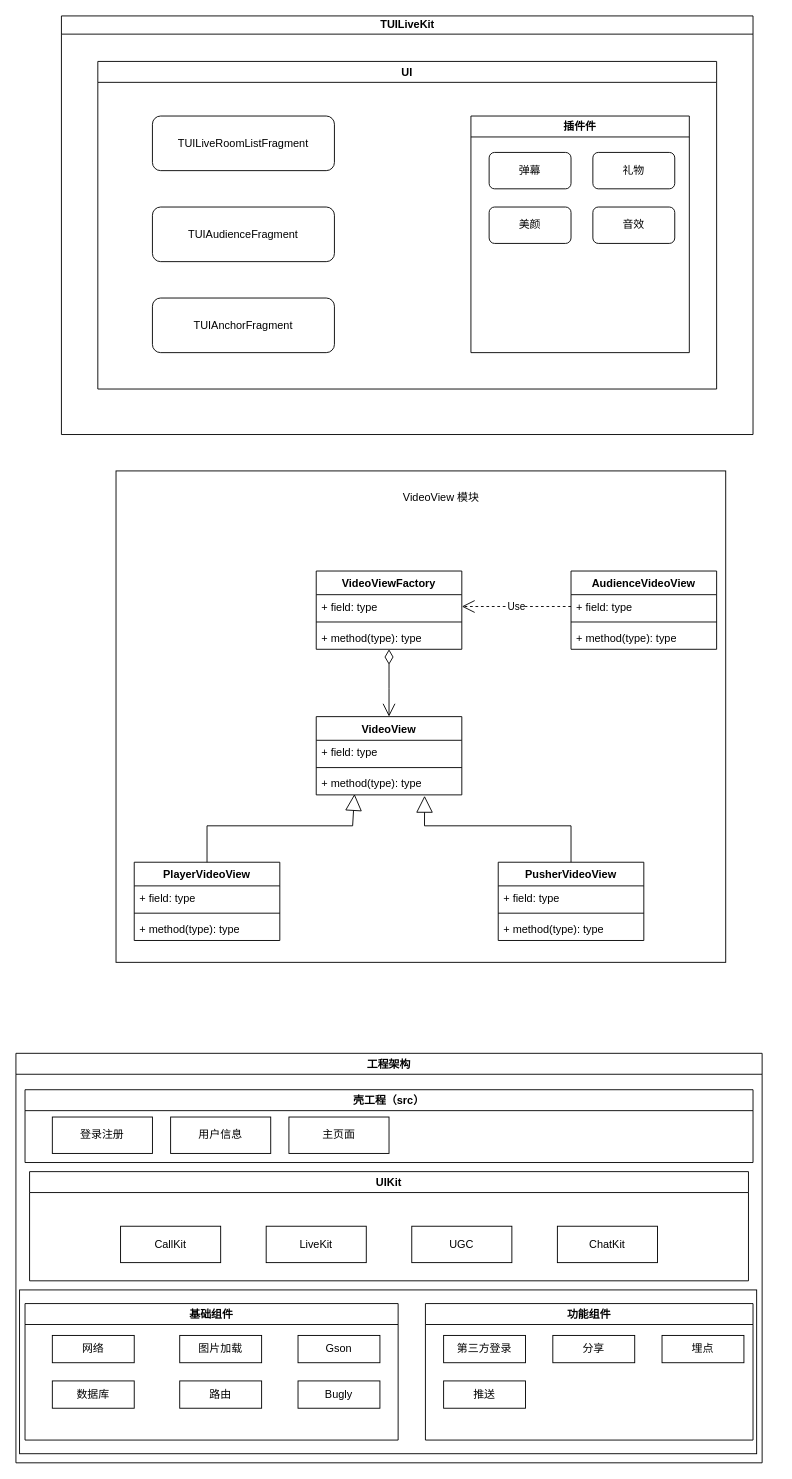
Above: diagrams/TUILiveKit.drawio in paopaosecret/resources (draw.io), before the change. Source tidied: cells renumbered, new cells numbered last; positions are measured from the earlier drawing's top-left corner, leaving out a move shared by most shapes. Both pictures are drawn from the tidied source at 91%, with x=0, y=0 at pixel (15, 15).
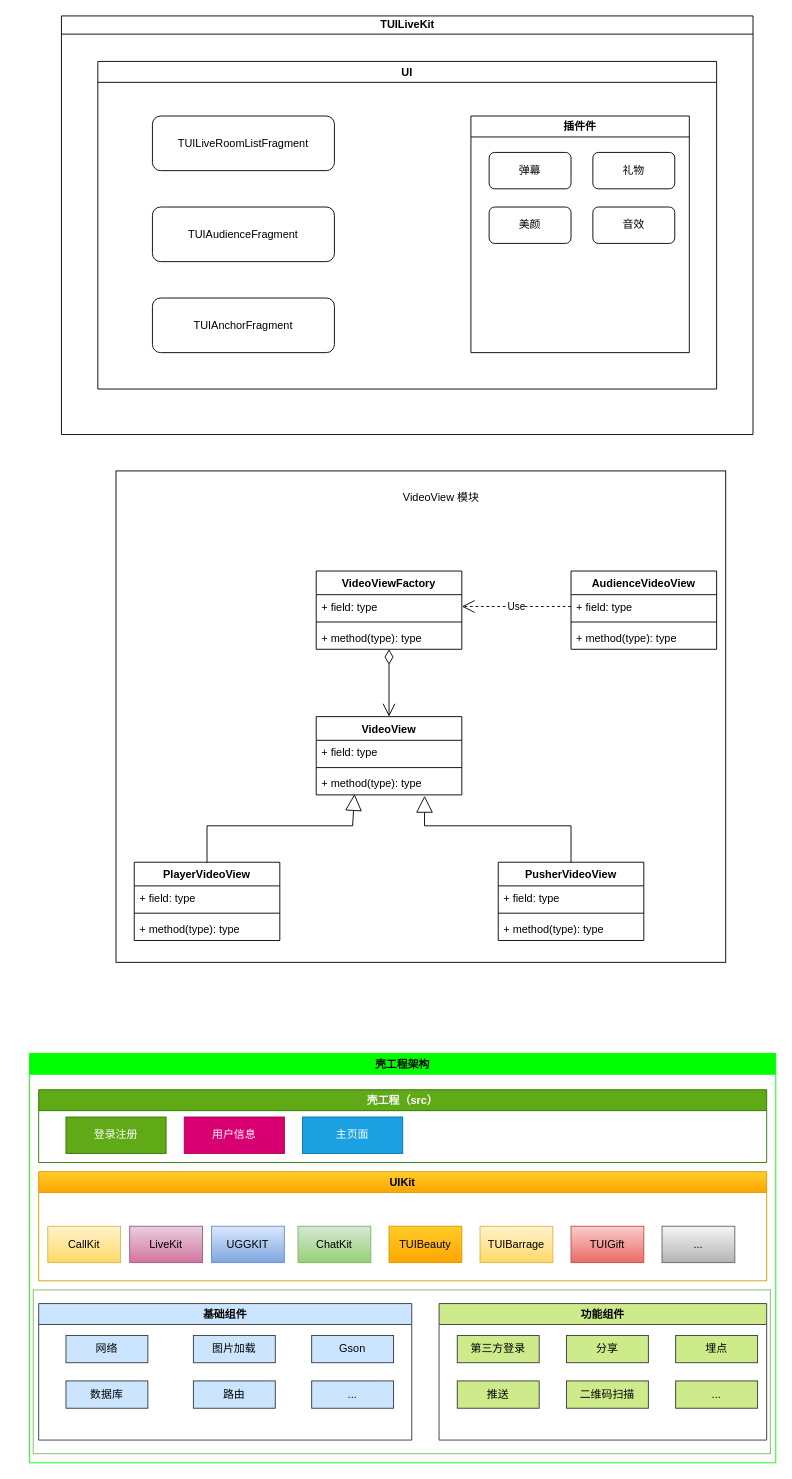
The same diagram, later.

The edit, as a diff of the source:
```diff
@@
-    <mxCell id="2" style="rounded=0;whiteSpace=wrap;html=1;" parent="1" vertex="1">
-      <mxGeometry x="4" y="1400" width="810" height="180" as="geometry" />
+    <mxCell id="2" style="rounded=0;whiteSpace=wrap;html=1;fillColor=#FFFFFF;strokeColor=#82b366;" parent="1" vertex="1">
+      <mxGeometry x="19" y="1400" width="810" height="180" as="geometry" />
     </mxCell>
@@
-    <mxCell id="39" value="基础组件" style="swimlane;" parent="1" vertex="1">
-      <mxGeometry x="10" y="1415" width="410" height="150" as="geometry" />
+    <mxCell id="39" value="基础组件" style="swimlane;fillColor=#cce5ff;strokeColor=#36393d;" parent="1" vertex="1">
+      <mxGeometry x="25" y="1415" width="410" height="150" as="geometry" />
     </mxCell>
-    <mxCell id="40" value="功能组件" style="swimlane;" parent="1" vertex="1">
-      <mxGeometry x="450" y="1415" width="360" height="150" as="geometry" />
+    <mxCell id="40" value="功能组件" style="swimlane;fillColor=#cdeb8b;strokeColor=#36393d;" parent="1" vertex="1">
+      <mxGeometry x="465" y="1415" width="360" height="150" as="geometry" />
     </mxCell>
-    <mxCell id="41" value="工程架构" style="swimlane;" parent="1" vertex="1">
-      <mxGeometry y="1140" width="820" height="450" as="geometry" />
+    <mxCell id="41" value="壳工程架构" style="swimlane;fillColor=#00FF00;strokeColor=#00FF00;" parent="1" vertex="1">
+      <mxGeometry x="15" y="1140" width="820" height="450" as="geometry" />
     </mxCell>
-    <mxCell id="42" value="网络" style="rounded=0;whiteSpace=wrap;html=1;" parent="41" vertex="1">
+    <mxCell id="42" value="网络" style="rounded=0;whiteSpace=wrap;html=1;fillColor=#cce5ff;strokeColor=#36393d;" parent="41" vertex="1">
       <mxGeometry x="40" y="310" width="90" height="30" as="geometry" />
     </mxCell>
-    <mxCell id="43" value="数据库" style="rounded=0;whiteSpace=wrap;html=1;" parent="41" vertex="1">
+    <mxCell id="43" value="数据库" style="rounded=0;whiteSpace=wrap;html=1;fillColor=#cce5ff;strokeColor=#36393d;" parent="41" vertex="1">
       <mxGeometry x="40" y="360" width="90" height="30" as="geometry" />
     </mxCell>
-    <mxCell id="44" value="图片加载" style="rounded=0;whiteSpace=wrap;html=1;" parent="41" vertex="1">
+    <mxCell id="44" value="图片加载" style="rounded=0;whiteSpace=wrap;html=1;fillColor=#cce5ff;strokeColor=#36393d;" parent="41" vertex="1">
       <mxGeometry x="180" y="310" width="90" height="30" as="geometry" />
     </mxCell>
-    <mxCell id="45" value="路由" style="rounded=0;whiteSpace=wrap;html=1;" parent="41" vertex="1">
+    <mxCell id="45" value="路由" style="rounded=0;whiteSpace=wrap;html=1;fillColor=#cce5ff;strokeColor=#36393d;" parent="41" vertex="1">
       <mxGeometry x="180" y="360" width="90" height="30" as="geometry" />
     </mxCell>
-    <mxCell id="46" value="Gson" style="rounded=0;whiteSpace=wrap;html=1;" parent="41" vertex="1">
+    <mxCell id="46" value="Gson" style="rounded=0;whiteSpace=wrap;html=1;fillColor=#cce5ff;strokeColor=#36393d;" parent="41" vertex="1">
       <mxGeometry x="310" y="310" width="90" height="30" as="geometry" />
     </mxCell>
-    <mxCell id="47" value="Bugly" style="rounded=0;whiteSpace=wrap;html=1;" parent="41" vertex="1">
+    <mxCell id="47" value="..." style="rounded=0;whiteSpace=wrap;html=1;fillColor=#cce5ff;strokeColor=#36393d;" parent="41" vertex="1">
       <mxGeometry x="310" y="360" width="90" height="30" as="geometry" />
     </mxCell>
-    <mxCell id="48" value="第三方登录" style="rounded=0;whiteSpace=wrap;html=1;" parent="41" vertex="1">
+    <mxCell id="48" value="第三方登录" style="rounded=0;whiteSpace=wrap;html=1;fillColor=#cdeb8b;strokeColor=#36393d;" parent="41" vertex="1">
       <mxGeometry x="470" y="310" width="90" height="30" as="geometry" />
     </mxCell>
-    <mxCell id="49" value="分享" style="rounded=0;whiteSpace=wrap;html=1;" parent="41" vertex="1">
+    <mxCell id="49" value="分享" style="rounded=0;whiteSpace=wrap;html=1;fillColor=#cdeb8b;strokeColor=#36393d;" parent="41" vertex="1">
       <mxGeometry x="590" y="310" width="90" height="30" as="geometry" />
     </mxCell>
-    <mxCell id="50" value="埋点" style="rounded=0;whiteSpace=wrap;html=1;" parent="41" vertex="1">
+    <mxCell id="50" value="埋点" style="rounded=0;whiteSpace=wrap;html=1;fillColor=#cdeb8b;strokeColor=#36393d;" parent="41" vertex="1">
       <mxGeometry x="710" y="310" width="90" height="30" as="geometry" />
     </mxCell>
-    <mxCell id="51" value="推送" style="rounded=0;whiteSpace=wrap;html=1;" parent="41" vertex="1">
+    <mxCell id="51" value="推送" style="rounded=0;whiteSpace=wrap;html=1;fillColor=#cdeb8b;strokeColor=#36393d;" parent="41" vertex="1">
       <mxGeometry x="470" y="360" width="90" height="30" as="geometry" />
     </mxCell>
-    <mxCell id="52" value="UIKit" style="swimlane;" parent="41" vertex="1">
-      <mxGeometry x="15" y="130" width="790" height="120" as="geometry" />
+    <mxCell id="52" value="UIKit" style="swimlane;fillColor=#ffcd28;strokeColor=#d79b00;gradientColor=#ffa500;" parent="41" vertex="1">
+      <mxGeometry x="10" y="130" width="800" height="120" as="geometry" />
     </mxCell>
-    <mxCell id="53" value="LiveKit" style="rounded=0;whiteSpace=wrap;html=1;" parent="52" vertex="1">
-      <mxGeometry x="260" y="60" width="110" height="40" as="geometry" />
+    <mxCell id="53" value="LiveKit" style="rounded=0;whiteSpace=wrap;html=1;fillColor=#e6d0de;strokeColor=#996185;gradientColor=#d5739d;" parent="52" vertex="1">
+      <mxGeometry x="100" y="60" width="80" height="40" as="geometry" />
     </mxCell>
-    <mxCell id="54" value="CallKit" style="rounded=0;whiteSpace=wrap;html=1;" parent="52" vertex="1">
-      <mxGeometry x="100" y="60" width="110" height="40" as="geometry" />
+    <mxCell id="54" value="CallKit" style="rounded=0;whiteSpace=wrap;html=1;fillColor=#fff2cc;strokeColor=#d6b656;gradientColor=#ffd966;" parent="52" vertex="1">
+      <mxGeometry x="10" y="60" width="80" height="40" as="geometry" />
     </mxCell>
-    <mxCell id="55" value="UGC" style="rounded=0;whiteSpace=wrap;html=1;" parent="52" vertex="1">
-      <mxGeometry x="420" y="60" width="110" height="40" as="geometry" />
+    <mxCell id="55" value="UGGKIT" style="rounded=0;whiteSpace=wrap;html=1;fillColor=#dae8fc;strokeColor=#6c8ebf;gradientColor=#7ea6e0;" parent="52" vertex="1">
+      <mxGeometry x="190" y="60" width="80" height="40" as="geometry" />
     </mxCell>
-    <mxCell id="56" value="ChatKit" style="rounded=0;whiteSpace=wrap;html=1;" parent="52" vertex="1">
-      <mxGeometry x="580" y="60" width="110" height="40" as="geometry" />
+    <mxCell id="56" value="ChatKit" style="rounded=0;whiteSpace=wrap;html=1;fillColor=#d5e8d4;strokeColor=#82b366;gradientColor=#97d077;" parent="52" vertex="1">
+      <mxGeometry x="285" y="60" width="80" height="40" as="geometry" />
     </mxCell>
+    <mxCell id="61" value="TUIBeauty" style="rounded=0;whiteSpace=wrap;html=1;fillColor=#ffcd28;strokeColor=#d79b00;gradientColor=#ffa500;" parent="52" vertex="1">
+      <mxGeometry x="385" y="60" width="80" height="40" as="geometry" />
+    </mxCell>
+    <mxCell id="62" value="TUIBarrage" style="rounded=0;whiteSpace=wrap;html=1;fillColor=#fff2cc;strokeColor=#d6b656;gradientColor=#ffd966;" parent="52" vertex="1">
+      <mxGeometry x="485" y="60" width="80" height="40" as="geometry" />
+    </mxCell>
+    <mxCell id="63" value="TUIGift" style="rounded=0;whiteSpace=wrap;html=1;fillColor=#f8cecc;strokeColor=#b85450;gradientColor=#ea6b66;" parent="52" vertex="1">
+      <mxGeometry x="585" y="60" width="80" height="40" as="geometry" />
+    </mxCell>
+    <mxCell id="64" value="..." style="rounded=0;whiteSpace=wrap;html=1;fillColor=#f5f5f5;strokeColor=#666666;gradientColor=#b3b3b3;" parent="52" vertex="1">
+      <mxGeometry x="685" y="60" width="80" height="40" as="geometry" />
+    </mxCell>
-    <mxCell id="57" value="壳工程（src）" style="swimlane;" parent="1" vertex="1">
-      <mxGeometry x="10" y="1180" width="800" height="80" as="geometry" />
+    <mxCell id="57" value="壳工程（src）" style="swimlane;fillColor=#60a917;strokeColor=#2D7600;fontColor=#ffffff;" parent="1" vertex="1">
+      <mxGeometry x="25" y="1180" width="800" height="80" as="geometry" />
     </mxCell>
-    <mxCell id="58" value="登录注册" style="rounded=0;whiteSpace=wrap;html=1;" parent="57" vertex="1">
+    <mxCell id="58" value="登录注册" style="rounded=0;whiteSpace=wrap;html=1;fillColor=#60a917;strokeColor=#2D7600;fontColor=#ffffff;" parent="57" vertex="1">
       <mxGeometry x="30" y="30" width="110" height="40" as="geometry" />
     </mxCell>
-    <mxCell id="59" value="用户信息" style="rounded=0;whiteSpace=wrap;html=1;" parent="57" vertex="1">
+    <mxCell id="59" value="用户信息" style="rounded=0;whiteSpace=wrap;html=1;fillColor=#d80073;strokeColor=#A50040;fontColor=#ffffff;" parent="57" vertex="1">
       <mxGeometry x="160" y="30" width="110" height="40" as="geometry" />
     </mxCell>
-    <mxCell id="60" value="主页面" style="rounded=0;whiteSpace=wrap;html=1;" parent="57" vertex="1">
+    <mxCell id="60" value="主页面" style="rounded=0;whiteSpace=wrap;html=1;fillColor=#1ba1e2;strokeColor=#006EAF;fontColor=#ffffff;" parent="57" vertex="1">
       <mxGeometry x="290" y="30" width="110" height="40" as="geometry" />
     </mxCell>
+    <mxCell id="65" value="二维码扫描" style="rounded=0;whiteSpace=wrap;html=1;fillColor=#cdeb8b;strokeColor=#36393d;" parent="1" vertex="1">
+      <mxGeometry x="605" y="1500" width="90" height="30" as="geometry" />
+    </mxCell>
+    <mxCell id="66" value="..." style="rounded=0;whiteSpace=wrap;html=1;fillColor=#cdeb8b;strokeColor=#36393d;" parent="1" vertex="1">
+      <mxGeometry x="725" y="1500" width="90" height="30" as="geometry" />
+    </mxCell>
```
